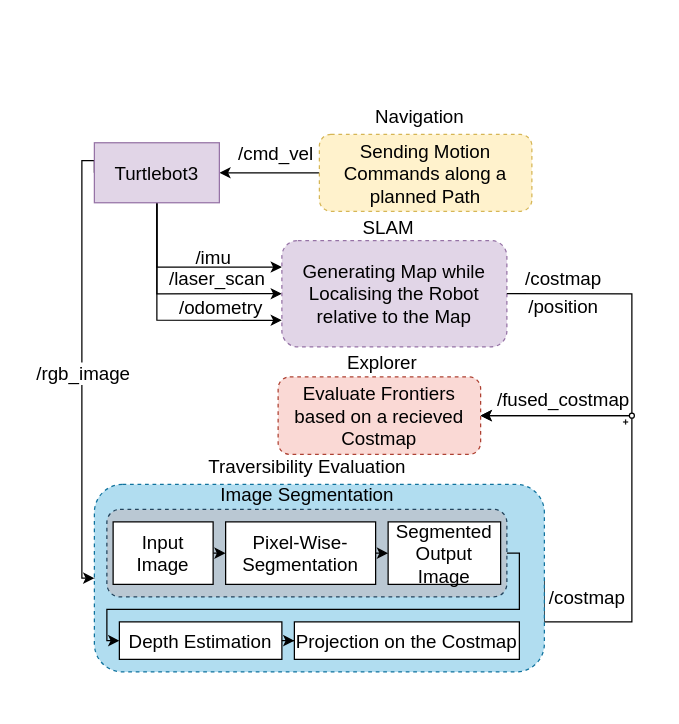
The draw.io diagram exploration_architecture.drawio in ahamboeck/Robot-Traversability-with-Image-Segmentation, before the edit. Source tidied: cells renumbered, new cells numbered last; positions are measured from the earlier drawing's top-left corner, leaving out a move shared by most shapes. Both pictures are drawn from the tidied source at 125%, with x=0, y=0 at pixel (81, 96).
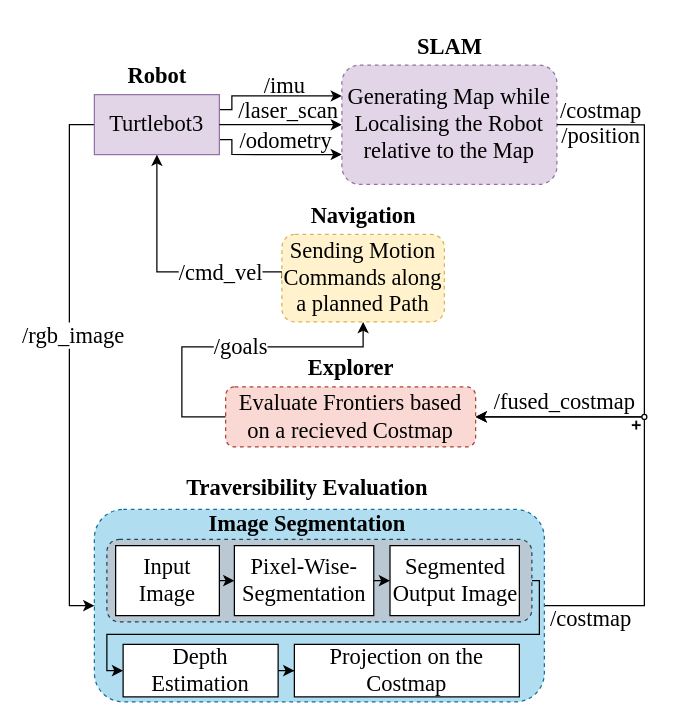
The same page after the edit.

What changed in the source:
```diff
@@
+    <mxCell id="42" style="edgeStyle=orthogonalEdgeStyle;rounded=0;jettySize=auto;html=1;exitX=1;exitY=0.25;exitDx=0;exitDy=0;entryX=0;entryY=0.259;entryDx=0;entryDy=0;fontFamily=Times New Roman;fontSize=16;fontStyle=1;entryPerimeter=0;" parent="1" edge="1" source="9" target="14">
+      <mxGeometry relative="1" as="geometry">
+        <Array as="points">
+          <mxPoint x="120" y="10" />
+          <mxPoint x="120" />
+          <mxPoint x="208" />
+        </Array>
+      </mxGeometry>
+    </mxCell>
+    <mxCell id="43" style="edgeStyle=orthogonalEdgeStyle;rounded=0;jettySize=auto;html=1;exitX=1;exitY=0.75;exitDx=0;exitDy=0;entryX=0;entryY=0.75;entryDx=0;entryDy=0;fontFamily=Times New Roman;fontSize=16;fontStyle=1;" parent="1" edge="1" source="9" target="14">
+      <mxGeometry relative="1" as="geometry">
+        <Array as="points">
+          <mxPoint x="120" y="34" />
+          <mxPoint x="120" y="46" />
+        </Array>
+      </mxGeometry>
+    </mxCell>
-    <mxCell id="2" style="edgeStyle=orthogonalEdgeStyle;rounded=0;jettySize=auto;html=1;entryX=0;entryY=0.5;entryDx=0;entryDy=0;exitX=0;exitY=0.5;exitDx=0;exitDy=0;fontSize=15;" parent="1" edge="1" source="9" target="27">
-      <mxGeometry relative="1" as="geometry">
-        <Array as="points">
-          <mxPoint x="10" y="51" />
-          <mxPoint y="51" />
-          <mxPoint y="385" />
-        </Array>
-      </mxGeometry>
+    <mxCell id="2" style="edgeStyle=orthogonalEdgeStyle;rounded=0;jettySize=auto;html=1;exitX=0;exitY=0.5;exitDx=0;exitDy=0;entryX=0;entryY=0.5;entryDx=0;entryDy=0;fontFamily=Times New Roman;fontSize=16;fontStyle=1;" parent="1" edge="1" source="9" target="27">
+      <mxGeometry relative="1" as="geometry" />
     </mxCell>
-    <mxCell id="3" value="&lt;font style=&quot;font-size: 15px;&quot;&gt;/rgb_image&lt;/font&gt;" style="edgeLabel;html=1;align=center;verticalAlign=middle;fontSize=15;" parent="2" vertex="1">
-      <mxGeometry x="0.04" relative="1" as="geometry" />
+    <mxCell id="3" value="&lt;font style=&quot;font-size: 18px;&quot;&gt;/rgb_image&lt;br style=&quot;font-size: 18px;&quot;&gt;&lt;/font&gt;" style="edgeLabel;html=1;align=center;verticalAlign=middle;fontFamily=Times New Roman;fontSize=18;fontStyle=0;" parent="2" vertex="1">
+      <mxGeometry x="-0.1" y="2" relative="1" as="geometry">
+        <mxPoint y="-3" as="offset" />
+      </mxGeometry>
     </mxCell>
-    <mxCell id="4" style="edgeStyle=orthogonalEdgeStyle;rounded=0;jettySize=auto;html=1;fontSize=15;" parent="1" edge="1" source="16" target="9">
-      <mxGeometry relative="1" as="geometry" />
-    </mxCell>
-    <mxCell id="5" value="/cmd_vel" style="text;html=1;align=center;verticalAlign=middle;strokeColor=none;fillColor=none;rotation=0;fontSize=15;" parent="1" vertex="1">
-      <mxGeometry x="115" y="30" width="80" height="30" as="geometry" />
-    </mxCell>
-    <mxCell id="6" style="edgeStyle=orthogonalEdgeStyle;rounded=0;jettySize=auto;html=1;entryX=0;entryY=0.25;entryDx=0;entryDy=0;exitX=0.5;exitY=1;exitDx=0;exitDy=0;fontSize=15;" parent="1" edge="1" source="9" target="14">
-      <mxGeometry relative="1" as="geometry">
-        <Array as="points">
-          <mxPoint x="60" y="136" />
-        </Array>
-      </mxGeometry>
-    </mxCell>
-    <mxCell id="7" style="edgeStyle=orthogonalEdgeStyle;rounded=0;jettySize=auto;html=1;entryX=0;entryY=0.5;entryDx=0;entryDy=0;fontSize=15;" parent="1" edge="1" source="9" target="14">
-      <mxGeometry relative="1" as="geometry">
-        <Array as="points">
-          <mxPoint x="60" y="158" />
-        </Array>
-      </mxGeometry>
-    </mxCell>
-    <mxCell id="8" style="edgeStyle=orthogonalEdgeStyle;rounded=0;jettySize=auto;html=1;entryX=0;entryY=0.75;entryDx=0;entryDy=0;" parent="1" edge="1" source="9" target="14">
-      <mxGeometry relative="1" as="geometry">
-        <Array as="points">
-          <mxPoint x="60" y="179" />
-        </Array>
-      </mxGeometry>
-    </mxCell>
-    <mxCell id="9" value="Turtlebot3" style="whiteSpace=wrap;html=1;fillColor=#e1d5e7;strokeColor=#9673a6;fontSize=15;" parent="1" vertex="1">
-      <mxGeometry x="10" y="36.7" width="100" height="48" as="geometry" />
+    <mxCell id="9" value="Turtlebot3" style="whiteSpace=wrap;html=1;fillColor=#e1d5e7;strokeColor=#9673a6;fontSize=18;fontFamily=Times New Roman;fontStyle=0;" parent="1" vertex="1">
+      <mxGeometry x="10" y="-1.8" width="100" height="48" as="geometry" />
     </mxCell>
-    <mxCell id="10" value="&lt;font style=&quot;font-size: 15px;&quot;&gt;/odometry&lt;/font&gt;" style="edgeLabel;html=1;align=center;verticalAlign=middle;fontSize=15;" parent="1" vertex="1">
-      <mxGeometry x="110" y="167" as="geometry" />
+    <mxCell id="10" value="&lt;font style=&quot;font-size: 18px;&quot;&gt;/odometry&lt;/font&gt;" style="edgeLabel;html=1;align=center;verticalAlign=middle;fontSize=18;fontFamily=Times New Roman;labelBackgroundColor=none;fontStyle=0;" parent="1" vertex="1">
+      <mxGeometry x="162" y="34" as="geometry" />
     </mxCell>
-    <mxCell id="11" value="/laser_scan" style="text;html=1;align=center;verticalAlign=middle;strokeColor=none;fillColor=none;fontSize=15;" parent="1" vertex="1">
-      <mxGeometry x="58" y="130" width="100" height="30" as="geometry" />
+    <mxCell id="11" value="/laser_scan" style="text;html=1;align=center;verticalAlign=middle;strokeColor=none;fillColor=none;fontSize=18;fontFamily=Times New Roman;fontStyle=0;" parent="1" vertex="1">
+      <mxGeometry x="115" y="-9" width="100" height="40" as="geometry" />
     </mxCell>
-    <mxCell id="12" value="/imu" style="text;html=1;align=center;verticalAlign=middle;strokeColor=none;fillColor=none;fontSize=15;" parent="1" vertex="1">
-      <mxGeometry x="80" y="113" width="50" height="30" as="geometry" />
+    <mxCell id="12" value="/imu" style="text;html=1;align=center;verticalAlign=middle;strokeColor=none;fillColor=none;fontSize=18;fontFamily=Times New Roman;fontStyle=0;" parent="1" vertex="1">
+      <mxGeometry x="132" y="-29" width="60" height="40" as="geometry" />
     </mxCell>
-    <mxCell id="13" value="Navigation" style="text;html=1;align=center;verticalAlign=middle;strokeColor=none;fillColor=none;fontSize=15;" parent="1" vertex="1">
-      <mxGeometry x="225" width="90" height="30" as="geometry" />
+    <mxCell id="13" value="Navigation" style="text;html=1;align=center;verticalAlign=middle;strokeColor=none;fillColor=none;fontSize=18;fontFamily=Times New Roman;fontStyle=1;" parent="1" vertex="1">
+      <mxGeometry x="175" y="75" width="100" height="40" as="geometry" />
     </mxCell>
-    <mxCell id="14" value="Generating Map while Localising the Robot relative to the Map" style="rounded=1;whiteSpace=wrap;html=1;dashed=1;fillColor=#e1d5e7;strokeColor=#9673a6;fontSize=15;" parent="1" vertex="1">
-      <mxGeometry x="160" y="114.9" width="180" height="85.1" as="geometry" />
+    <mxCell id="14" value="Generating Map while Localising the Robot relative to the Map" style="rounded=1;whiteSpace=wrap;html=1;dashed=1;fillColor=#e1d5e7;strokeColor=#9673a6;fontSize=18;fontFamily=Times New Roman;fontStyle=0;" parent="1" vertex="1">
+      <mxGeometry x="208" y="-25.5" width="172" height="95.5" as="geometry" />
     </mxCell>
-    <mxCell id="15" style="edgeStyle=orthogonalEdgeStyle;rounded=0;jettySize=auto;html=1;entryX=1;entryY=0.5;entryDx=0;entryDy=0;exitX=1;exitY=0.5;exitDx=0;exitDy=0;fontSize=15;" parent="1" edge="1" source="14" target="18">
+    <mxCell id="15" style="edgeStyle=orthogonalEdgeStyle;rounded=0;jettySize=auto;html=1;entryX=1;entryY=0.5;entryDx=0;entryDy=0;exitX=1;exitY=0.5;exitDx=0;exitDy=0;fontSize=16;fontFamily=Times New Roman;fontStyle=1;" parent="1" edge="1" source="14" target="18">
       <mxGeometry relative="1" as="geometry">
         <Array as="points">
-          <mxPoint x="440" y="158" />
-          <mxPoint x="440" y="255" />
+          <mxPoint x="450" y="22" />
+          <mxPoint x="450" y="256" />
         </Array>
       </mxGeometry>
     </mxCell>
+    <mxCell id="4" style="edgeStyle=orthogonalEdgeStyle;rounded=0;jettySize=auto;html=1;entryX=0.5;entryY=1;entryDx=0;entryDy=0;exitX=0;exitY=0.5;exitDx=0;exitDy=0;fontFamily=Times New Roman;fontSize=16;fontStyle=1;" parent="1" edge="1" source="16" target="9">
+      <mxGeometry relative="1" as="geometry">
+        <Array as="points">
+          <mxPoint x="60" y="140" />
+        </Array>
+      </mxGeometry>
+    </mxCell>
+    <mxCell id="5" value="&lt;font style=&quot;font-size: 18px;&quot;&gt;/cmd_vel&lt;/font&gt;" style="edgeLabel;html=1;align=center;verticalAlign=middle;fontFamily=Times New Roman;fontSize=18;fontStyle=0;" parent="4" vertex="1">
+      <mxGeometry x="0.19" relative="1" as="geometry">
+        <mxPoint x="50" y="13" as="offset" />
+      </mxGeometry>
+    </mxCell>
-    <mxCell id="16" value="Sending Motion Commands along a planned Path" style="rounded=1;whiteSpace=wrap;html=1;dashed=1;fillColor=#fff2cc;strokeColor=#d6b656;fontSize=15;" parent="1" vertex="1">
-      <mxGeometry x="190" y="30" width="170" height="61.5" as="geometry" />
+    <mxCell id="16" value="Sending Motion Commands along a planned Path" style="rounded=1;whiteSpace=wrap;html=1;dashed=1;fillColor=#fff2cc;strokeColor=#d6b656;fontSize=18;fontFamily=Times New Roman;fontStyle=0;" parent="1" vertex="1">
+      <mxGeometry x="160" y="110" width="130" height="70" as="geometry" />
     </mxCell>
-    <mxCell id="17" value="SLAM" style="text;html=1;align=center;verticalAlign=middle;strokeColor=none;fillColor=none;fontSize=15;" parent="1" vertex="1">
-      <mxGeometry x="215" y="89" width="60" height="30" as="geometry" />
+    <mxCell id="17" value="SLAM" style="text;html=1;align=center;verticalAlign=middle;strokeColor=none;fillColor=none;fontSize=18;fontFamily=Times New Roman;fontStyle=1;" parent="1" vertex="1">
+      <mxGeometry x="259" y="-60" width="70" height="40" as="geometry" />
     </mxCell>
-    <mxCell id="18" value="Evaluate Frontiers based on a recieved Costmap" style="rounded=1;whiteSpace=wrap;html=1;dashed=1;fillColor=#fad9d5;strokeColor=#ae4132;fontSize=15;" parent="1" vertex="1">
-      <mxGeometry x="157" y="224" width="162" height="62" as="geometry" />
+    <mxCell id="18" value="Evaluate Frontiers based on a recieved Costmap" style="rounded=1;whiteSpace=wrap;html=1;dashed=1;fillColor=#fad9d5;strokeColor=#ae4132;fontSize=18;fontFamily=Times New Roman;fontStyle=0;" parent="1" vertex="1">
+      <mxGeometry x="115" y="232" width="200" height="48" as="geometry" />
     </mxCell>
-    <mxCell id="19" value="Explorer" style="text;html=1;align=center;verticalAlign=middle;strokeColor=none;fillColor=none;fontSize=15;" parent="1" vertex="1">
-      <mxGeometry x="200" y="197" width="80" height="30" as="geometry" />
+    <mxCell id="19" value="Explorer" style="text;html=1;align=center;verticalAlign=middle;strokeColor=none;fillColor=none;fontSize=18;fontFamily=Times New Roman;fontStyle=1;" parent="1" vertex="1">
+      <mxGeometry x="170" y="197" width="90" height="40" as="geometry" />
     </mxCell>
-    <mxCell id="20" value="/fused_costmap" style="text;html=1;align=center;verticalAlign=middle;strokeColor=none;fillColor=none;rotation=0;fontSize=15;" parent="1" vertex="1">
-      <mxGeometry x="320" y="227" width="130" height="30" as="geometry" />
+    <mxCell id="20" value="/fused_costmap" style="text;html=1;align=center;verticalAlign=middle;strokeColor=none;fillColor=none;rotation=0;fontSize=18;fontFamily=Times New Roman;fontStyle=0;" parent="1" vertex="1">
+      <mxGeometry x="316" y="224" width="140" height="40" as="geometry" />
     </mxCell>
-    <mxCell id="21" value="/position" style="text;html=1;align=center;verticalAlign=middle;strokeColor=none;fillColor=none;fontSize=15;" parent="1" vertex="1">
-      <mxGeometry x="345" y="152" width="80" height="30" as="geometry" />
+    <mxCell id="21" value="/position" style="text;html=1;align=center;verticalAlign=middle;strokeColor=none;fillColor=none;fontSize=18;fontFamily=Times New Roman;fontStyle=0;" parent="1" vertex="1">
+      <mxGeometry x="370" y="11" width="90" height="40" as="geometry" />
     </mxCell>
-    <mxCell id="22" style="edgeStyle=orthogonalEdgeStyle;rounded=0;jettySize=auto;html=1;entryX=1;entryY=0.5;entryDx=0;entryDy=0;exitX=1;exitY=0.5;exitDx=0;exitDy=0;fontSize=15;" parent="1" edge="1" source="27" target="18">
-      <mxGeometry relative="1" as="geometry">
-        <Array as="points">
-          <mxPoint x="440" y="420" />
-          <mxPoint x="440" y="255" />
-        </Array>
-      </mxGeometry>
-    </mxCell>
-    <mxCell id="23" value="/costmap" style="text;html=1;align=center;verticalAlign=middle;strokeColor=none;fillColor=none;fontSize=15;" parent="1" vertex="1">
-      <mxGeometry x="345" y="130" width="80" height="30" as="geometry" />
+    <mxCell id="23" value="/costmap" style="text;html=1;align=center;verticalAlign=middle;strokeColor=none;fillColor=none;fontSize=18;fontFamily=Times New Roman;fontStyle=0;" parent="1" vertex="1">
+      <mxGeometry x="370" y="-9" width="90" height="40" as="geometry" />
     </mxCell>
-    <mxCell id="24" value="/costmap" style="text;html=1;align=center;verticalAlign=middle;strokeColor=none;fillColor=none;fontSize=15;" parent="1" vertex="1">
-      <mxGeometry x="364" y="385" width="80" height="30" as="geometry" />
+    <mxCell id="24" value="/costmap" style="text;html=1;align=center;verticalAlign=middle;strokeColor=none;fillColor=none;fontSize=18;fontFamily=Times New Roman;fontStyle=0;" parent="1" vertex="1">
+      <mxGeometry x="362" y="398" width="90" height="40" as="geometry" />
     </mxCell>
-    <mxCell id="25" style="edgeStyle=orthogonalEdgeStyle;rounded=0;jettySize=auto;html=1;exitX=0;exitY=0.5;exitDx=0;exitDy=0;entryX=0;entryY=0.5;entryDx=0;entryDy=0;fontSize=15;" parent="1" edge="1" source="27" target="32">
+    <mxCell id="25" style="edgeStyle=orthogonalEdgeStyle;rounded=0;jettySize=auto;html=1;exitX=0;exitY=0.5;exitDx=0;exitDy=0;entryX=0;entryY=0.5;entryDx=0;entryDy=0;fontSize=16;fontFamily=Times New Roman;fontStyle=1;" parent="1" edge="1" source="27" target="32">
       <mxGeometry relative="1" as="geometry" />
     </mxCell>
-    <mxCell id="26" style="edgeStyle=orthogonalEdgeStyle;rounded=0;jettySize=auto;html=1;exitX=0;exitY=0.5;exitDx=0;exitDy=0;entryX=0;entryY=0.5;entryDx=0;entryDy=0;fontSize=15;" parent="1" edge="1" source="27" target="32">
+    <mxCell id="26" style="edgeStyle=orthogonalEdgeStyle;rounded=0;jettySize=auto;html=1;exitX=0;exitY=0.5;exitDx=0;exitDy=0;entryX=0;entryY=0.5;entryDx=0;entryDy=0;fontSize=16;fontFamily=Times New Roman;fontStyle=1;" parent="1" edge="1" source="27" target="32">
       <mxGeometry relative="1" as="geometry" />
     </mxCell>
+    <mxCell id="22" style="edgeStyle=orthogonalEdgeStyle;rounded=0;jettySize=auto;html=1;exitX=1;exitY=0.5;exitDx=0;exitDy=0;entryX=1;entryY=0.5;entryDx=0;entryDy=0;" parent="1" edge="1" source="27" target="18">
+      <mxGeometry relative="1" as="geometry">
+        <Array as="points">
+          <mxPoint x="450" y="407" />
+          <mxPoint x="450" y="256" />
+        </Array>
+      </mxGeometry>
+    </mxCell>
-    <mxCell id="27" style="rounded=1;whiteSpace=wrap;html=1;dashed=1;fillColor=#b1ddf0;strokeColor=#10739e;fontSize=15;" parent="1" vertex="1">
-      <mxGeometry x="10" y="310" width="360" height="150" as="geometry" />
+    <mxCell id="27" style="rounded=1;whiteSpace=wrap;html=1;dashed=1;fillColor=#b1ddf0;strokeColor=#10739e;fontSize=16;fontFamily=Times New Roman;fontStyle=1;" parent="1" vertex="1">
+      <mxGeometry x="10" y="330" width="360" height="154" as="geometry" />
     </mxCell>
-    <mxCell id="28" style="edgeStyle=orthogonalEdgeStyle;rounded=0;jettySize=auto;html=1;entryX=0;entryY=0.5;entryDx=0;entryDy=0;exitX=1;exitY=0.5;exitDx=0;exitDy=0;fontSize=15;" parent="1" edge="1" source="29" target="38">
+    <mxCell id="28" style="edgeStyle=orthogonalEdgeStyle;rounded=0;jettySize=auto;html=1;exitX=1;exitY=0.5;exitDx=0;exitDy=0;entryX=0;entryY=0.5;entryDx=0;entryDy=0;fontFamily=Times New Roman;fontSize=16;fontStyle=1;" parent="1" edge="1" source="29" target="38">
       <mxGeometry relative="1" as="geometry">
         <Array as="points">
-          <mxPoint x="350" y="365" />
-          <mxPoint x="350" y="410" />
-          <mxPoint x="20" y="410" />
-          <mxPoint x="20" y="435" />
+          <mxPoint x="366" y="387" />
+          <mxPoint x="366" y="430" />
+          <mxPoint x="20" y="430" />
+          <mxPoint x="20" y="459" />
         </Array>
       </mxGeometry>
     </mxCell>
-    <mxCell id="29" style="rounded=1;whiteSpace=wrap;html=1;dashed=1;fillColor=#bac8d3;strokeColor=#23445d;fontSize=15;" parent="1" vertex="1">
-      <mxGeometry x="20" y="330" width="320" height="70" as="geometry" />
+    <mxCell id="29" style="rounded=1;whiteSpace=wrap;html=1;dashed=1;fillColor=#bac8d3;strokeColor=#23445d;fontSize=16;fontFamily=Times New Roman;fontStyle=1;" parent="1" vertex="1">
+      <mxGeometry x="20" y="354" width="340" height="66" as="geometry" />
     </mxCell>
-    <mxCell id="30" value="Traversibility Evaluation" style="text;html=1;align=center;verticalAlign=middle;strokeColor=none;fillColor=none;fontSize=15;" parent="1" vertex="1">
-      <mxGeometry x="95" y="280" width="170" height="30" as="geometry" />
+    <mxCell id="30" value="Traversibility Evaluation" style="text;html=1;align=center;verticalAlign=middle;strokeColor=none;fillColor=none;fontSize=18;fontFamily=Times New Roman;fontStyle=1;" parent="1" vertex="1">
+      <mxGeometry x="80" y="293" width="200" height="40" as="geometry" />
     </mxCell>
-    <mxCell id="31" style="edgeStyle=orthogonalEdgeStyle;rounded=0;jettySize=auto;html=1;exitX=1;exitY=0.5;exitDx=0;exitDy=0;entryX=0;entryY=0.5;entryDx=0;entryDy=0;fontSize=15;" parent="1" edge="1" source="32" target="34">
+    <mxCell id="31" style="edgeStyle=orthogonalEdgeStyle;rounded=0;jettySize=auto;html=1;exitX=1;exitY=0.5;exitDx=0;exitDy=0;entryX=0;entryY=0.5;entryDx=0;entryDy=0;fontFamily=Times New Roman;fontSize=16;fontStyle=1;" parent="1" edge="1" source="32" target="34">
       <mxGeometry relative="1" as="geometry" />
     </mxCell>
-    <mxCell id="32" value="Input Image" style="rounded=0;whiteSpace=wrap;html=1;fontSize=15;" parent="1" vertex="1">
-      <mxGeometry x="25" y="340" width="80" height="50" as="geometry" />
+    <mxCell id="32" value="Input Image" style="rounded=0;whiteSpace=wrap;html=1;fontSize=18;fontFamily=Times New Roman;fontStyle=0;" parent="1" vertex="1">
+      <mxGeometry x="27" y="359" width="83" height="56" as="geometry" />
     </mxCell>
-    <mxCell id="33" style="edgeStyle=orthogonalEdgeStyle;rounded=0;jettySize=auto;html=1;exitX=1;exitY=0.5;exitDx=0;exitDy=0;entryX=0;entryY=0.5;entryDx=0;entryDy=0;fontSize=15;" parent="1" edge="1" source="34" target="36">
+    <mxCell id="33" style="edgeStyle=orthogonalEdgeStyle;rounded=0;jettySize=auto;html=1;exitX=1;exitY=0.5;exitDx=0;exitDy=0;entryX=0;entryY=0.5;entryDx=0;entryDy=0;fontFamily=Times New Roman;fontSize=16;fontStyle=1;" parent="1" edge="1" source="34" target="36">
       <mxGeometry relative="1" as="geometry" />
     </mxCell>
-    <mxCell id="34" value="Pixel-Wise-Segmentation" style="rounded=0;whiteSpace=wrap;html=1;fontSize=15;" parent="1" vertex="1">
-      <mxGeometry x="115" y="340" width="120" height="50" as="geometry" />
+    <mxCell id="34" value="Pixel-Wise-Segmentation" style="rounded=0;whiteSpace=wrap;html=1;fontSize=18;fontFamily=Times New Roman;fontStyle=0;" parent="1" vertex="1">
+      <mxGeometry x="122" y="359" width="111.5" height="56" as="geometry" />
     </mxCell>
-    <mxCell id="35" value="Image Segmentation" style="text;html=1;align=center;verticalAlign=middle;strokeColor=none;fillColor=none;fontSize=15;" parent="1" vertex="1">
-      <mxGeometry x="100" y="303" width="160" height="30" as="geometry" />
+    <mxCell id="35" value="Image Segmentation" style="text;html=1;align=center;verticalAlign=middle;strokeColor=none;fillColor=none;fontSize=18;fontFamily=Times New Roman;fontStyle=1;" parent="1" vertex="1">
+      <mxGeometry x="95" y="322" width="170" height="40" as="geometry" />
     </mxCell>
-    <mxCell id="36" value="Segmented Output Image" style="rounded=0;whiteSpace=wrap;html=1;fontSize=15;" parent="1" vertex="1">
-      <mxGeometry x="245" y="340" width="90" height="50" as="geometry" />
+    <mxCell id="36" value="Segmented Output Image" style="rounded=0;whiteSpace=wrap;html=1;fontSize=18;fontFamily=Times New Roman;fontStyle=0;" parent="1" vertex="1">
+      <mxGeometry x="246.5" y="359" width="103.5" height="56" as="geometry" />
     </mxCell>
-    <mxCell id="37" style="edgeStyle=orthogonalEdgeStyle;rounded=0;jettySize=auto;html=1;fontSize=15;" parent="1" edge="1" source="38" target="39">
+    <mxCell id="37" style="edgeStyle=orthogonalEdgeStyle;rounded=0;jettySize=auto;html=1;fontSize=16;fontFamily=Times New Roman;fontStyle=1;" parent="1" edge="1" source="38" target="39">
       <mxGeometry relative="1" as="geometry" />
     </mxCell>
-    <mxCell id="38" value="Depth Estimation" style="rounded=0;whiteSpace=wrap;html=1;fontSize=15;" parent="1" vertex="1">
-      <mxGeometry x="30" y="420" width="130" height="30" as="geometry" />
+    <mxCell id="38" value="Depth Estimation" style="rounded=0;whiteSpace=wrap;html=1;fontSize=18;fontFamily=Times New Roman;fontStyle=0;" parent="1" vertex="1">
+      <mxGeometry x="33" y="438" width="124" height="42" as="geometry" />
     </mxCell>
-    <mxCell id="39" value="Projection on the Costmap" style="rounded=0;whiteSpace=wrap;html=1;fontSize=15;" parent="1" vertex="1">
-      <mxGeometry x="170" y="420" width="180" height="30" as="geometry" />
+    <mxCell id="39" value="Projection on the Costmap" style="rounded=0;whiteSpace=wrap;html=1;fontSize=18;fontFamily=Times New Roman;fontStyle=0;" parent="1" vertex="1">
+      <mxGeometry x="170" y="438" width="180" height="42" as="geometry" />
     </mxCell>
-    <mxCell id="40" style="shape=cross;whiteSpace=wrap;html=1;fillColor=#000000;strokeWidth=0;" parent="1" vertex="1">
-      <mxGeometry x="433" y="258" width="4" height="4" as="geometry" />
+    <mxCell id="40" style="shape=cross;whiteSpace=wrap;html=1;fillColor=#000000;strokeWidth=0;fontFamily=Times New Roman;fontSize=16;fontStyle=1;" parent="1" vertex="1">
+      <mxGeometry x="440" y="259" width="7" height="7" as="geometry" />
     </mxCell>
-    <mxCell id="41" style="ellipse;whiteSpace=wrap;html=1;" parent="1" vertex="1">
-      <mxGeometry x="438" y="253" width="4" height="4" as="geometry" />
+    <mxCell id="41" style="ellipse;whiteSpace=wrap;html=1;fontFamily=Times New Roman;fontSize=16;fontStyle=1;" parent="1" vertex="1">
+      <mxGeometry x="448" y="254" width="4" height="4" as="geometry" />
     </mxCell>
+    <mxCell id="44" style="edgeStyle=orthogonalEdgeStyle;rounded=0;jettySize=auto;html=1;exitX=1;exitY=0.5;exitDx=0;exitDy=0;entryX=0;entryY=0.5;entryDx=0;entryDy=0;fontFamily=Times New Roman;fontSize=16;fontStyle=1;" parent="1" edge="1" source="9" target="14">
+      <mxGeometry relative="1" as="geometry" />
+    </mxCell>
+    <mxCell id="45" style="edgeStyle=orthogonalEdgeStyle;rounded=0;jettySize=auto;html=1;exitX=0;exitY=0.5;exitDx=0;exitDy=0;entryX=0.5;entryY=1;entryDx=0;entryDy=0;fontFamily=Times New Roman;fontSize=16;fontStyle=1;" parent="1" edge="1" source="18" target="16">
+      <mxGeometry relative="1" as="geometry">
+        <Array as="points">
+          <mxPoint x="80" y="256" />
+          <mxPoint x="80" y="200" />
+          <mxPoint x="225" y="200" />
+        </Array>
+      </mxGeometry>
+    </mxCell>
+    <mxCell id="46" value="&lt;font style=&quot;font-size: 18px;&quot;&gt;/&lt;font style=&quot;font-size: 18px;&quot;&gt;goals&lt;/font&gt;&lt;/font&gt;" style="edgeLabel;html=1;align=center;verticalAlign=middle;fontFamily=Times New Roman;fontSize=18;fontStyle=0;" parent="45" vertex="1">
+      <mxGeometry x="0.14" y="1" relative="1" as="geometry">
+        <mxPoint x="-9" as="offset" />
+      </mxGeometry>
+    </mxCell>
+    <mxCell id="47" value="&lt;div style=&quot;font-size: 18px;&quot;&gt;Robot&lt;/div&gt;" style="text;html=1;align=center;verticalAlign=middle;strokeColor=none;fillColor=none;fontFamily=Times New Roman;fontSize=18;fontStyle=1;" parent="1" vertex="1">
+      <mxGeometry x="25" y="-36.8" width="70" height="40" as="geometry" />
+    </mxCell>
```
